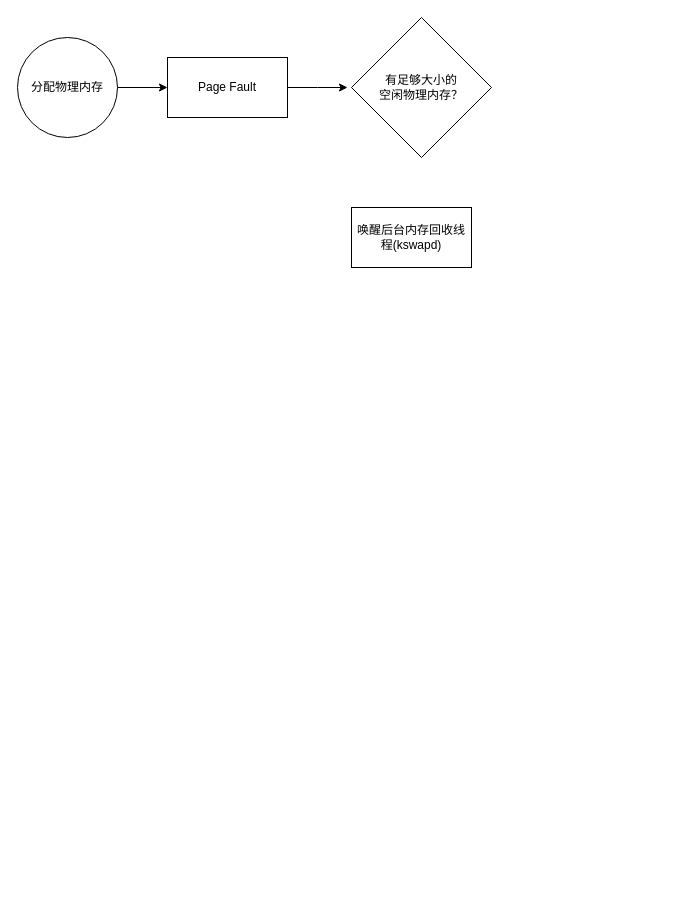
This is 操作系统/内存回收.drawio from xiaolincoder/ImageHost4, a draw.io file, before an edit. Source tidied: cells renumbered, new cells numbered last; positions are measured from the earlier drawing's top-left corner, leaving out a move shared by most shapes. Both pictures are drawn from the tidied source at 100%, with x=0, y=0 at pixel (17, 17).
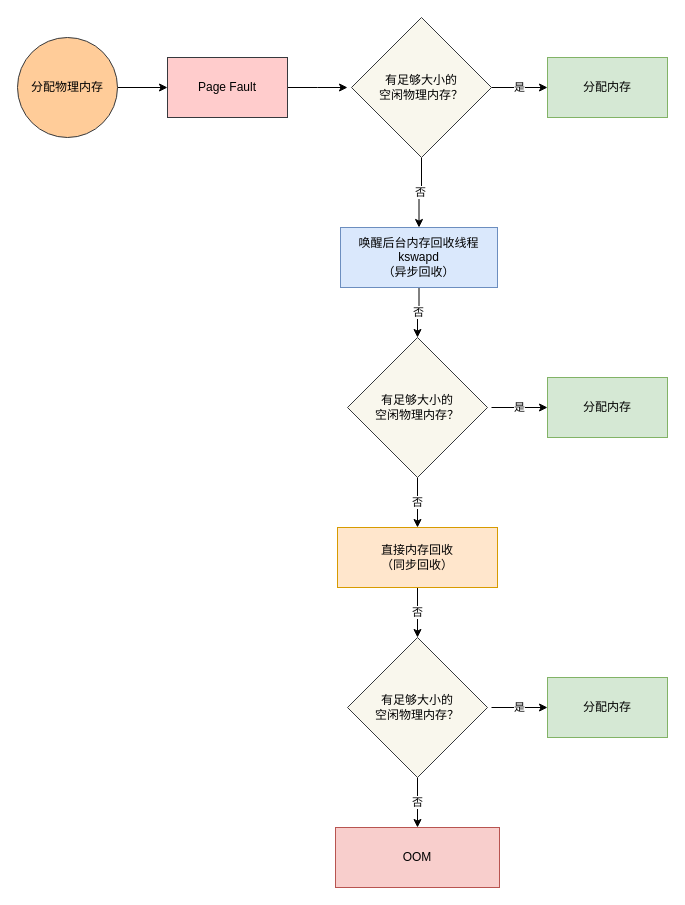
The same page after the edit.

Diff of the diagram source:
```diff
@@
-    <mxCell id="3" value="分配物理内存" style="ellipse;whiteSpace=wrap;html=1;" parent="1" vertex="1">
+    <mxCell id="3" value="分配物理内存" style="ellipse;whiteSpace=wrap;html=1;fillColor=#ffcc99;strokeColor=#36393d;" parent="1" vertex="1">
       <mxGeometry y="20" width="100" height="100" as="geometry" />
     </mxCell>
@@
-    <mxCell id="5" value="Page Fault" style="rounded=0;whiteSpace=wrap;html=1;" parent="1" vertex="1">
+    <mxCell id="5" value="Page Fault" style="rounded=0;whiteSpace=wrap;html=1;fillColor=#ffcccc;strokeColor=#36393d;" parent="1" vertex="1">
       <mxGeometry x="150" y="40" width="120" height="60" as="geometry" />
     </mxCell>
+    <mxCell id="8" value="否" style="edgeStyle=orthogonalEdgeStyle;rounded=0;jettySize=auto;html=1;" parent="1" edge="1" source="6" target="7">
+      <mxGeometry relative="1" as="geometry" />
+    </mxCell>
+    <mxCell id="9" value="是" style="edgeStyle=orthogonalEdgeStyle;rounded=0;jettySize=auto;html=1;" parent="1" edge="1" source="6">
+      <mxGeometry relative="1" as="geometry">
+        <mxPoint x="530" y="70" as="targetPoint" />
+      </mxGeometry>
+    </mxCell>
-    <mxCell id="6" value="有足够大小的&lt;br&gt;空闲物理内存？" style="rhombus;whiteSpace=wrap;html=1;" parent="1" vertex="1">
+    <mxCell id="6" value="有足够大小的&lt;br&gt;空闲物理内存？" style="rhombus;whiteSpace=wrap;html=1;fillColor=#f9f7ed;strokeColor=#36393d;" parent="1" vertex="1">
       <mxGeometry x="334" width="140" height="140" as="geometry" />
     </mxCell>
+    <mxCell id="10" value="否" style="edgeStyle=orthogonalEdgeStyle;rounded=0;jettySize=auto;html=1;" parent="1" edge="1" source="7" target="12">
+      <mxGeometry relative="1" as="geometry" />
+    </mxCell>
-    <mxCell id="7" value="唤醒后台内存回收线程(kswapd)" style="rounded=0;whiteSpace=wrap;html=1;" parent="1" vertex="1">
-      <mxGeometry x="334" y="190" width="120" height="60" as="geometry" />
+    <mxCell id="7" value="唤醒后台内存回收线程 kswapd&lt;br&gt;（异步回收）" style="rounded=0;whiteSpace=wrap;html=1;fillColor=#dae8fc;strokeColor=#6c8ebf;" parent="1" vertex="1">
+      <mxGeometry x="323" y="210" width="157" height="60" as="geometry" />
     </mxCell>
+    <mxCell id="11" value="否" style="edgeStyle=orthogonalEdgeStyle;rounded=0;jettySize=auto;html=1;entryX=0.5;entryY=0;entryDx=0;entryDy=0;" parent="1" edge="1" source="12" target="14">
+      <mxGeometry relative="1" as="geometry" />
+    </mxCell>
+    <mxCell id="12" value="有足够大小的&lt;br&gt;空闲物理内存？" style="rhombus;whiteSpace=wrap;html=1;fillColor=#f9f7ed;strokeColor=#36393d;" parent="1" vertex="1">
+      <mxGeometry x="330" y="320" width="140" height="140" as="geometry" />
+    </mxCell>
+    <mxCell id="13" value="否" style="edgeStyle=orthogonalEdgeStyle;rounded=0;jettySize=auto;html=1;entryX=0.5;entryY=0;entryDx=0;entryDy=0;" parent="1" edge="1" source="14" target="16">
+      <mxGeometry relative="1" as="geometry" />
+    </mxCell>
+    <mxCell id="14" value="直接内存回收&lt;br&gt;（同步回收）" style="rounded=0;whiteSpace=wrap;html=1;fillColor=#ffe6cc;strokeColor=#d79b00;" parent="1" vertex="1">
+      <mxGeometry x="320" y="510" width="160" height="60" as="geometry" />
+    </mxCell>
+    <mxCell id="15" value="否" style="edgeStyle=orthogonalEdgeStyle;rounded=0;jettySize=auto;html=1;entryX=0.5;entryY=0;entryDx=0;entryDy=0;" parent="1" edge="1" source="16" target="17">
+      <mxGeometry relative="1" as="geometry" />
+    </mxCell>
+    <mxCell id="16" value="有足够大小的&lt;br&gt;空闲物理内存？" style="rhombus;whiteSpace=wrap;html=1;fillColor=#f9f7ed;strokeColor=#36393d;" parent="1" vertex="1">
+      <mxGeometry x="330" y="620" width="140" height="140" as="geometry" />
+    </mxCell>
+    <mxCell id="17" value="OOM" style="rounded=0;whiteSpace=wrap;html=1;fillColor=#f8cecc;strokeColor=#b85450;" parent="1" vertex="1">
+      <mxGeometry x="318" y="810" width="164" height="60" as="geometry" />
+    </mxCell>
+    <mxCell id="18" value="分配内存" style="rounded=0;whiteSpace=wrap;html=1;fillColor=#d5e8d4;strokeColor=#82b366;" parent="1" vertex="1">
+      <mxGeometry x="530" y="40" width="120" height="60" as="geometry" />
+    </mxCell>
+    <mxCell id="19" value="是" style="edgeStyle=orthogonalEdgeStyle;rounded=0;orthogonalLoop=1;jettySize=auto;html=1;" parent="1" edge="1">
+      <mxGeometry relative="1" as="geometry">
+        <mxPoint x="474" y="390" as="sourcePoint" />
+        <mxPoint x="530" y="390" as="targetPoint" />
+      </mxGeometry>
+    </mxCell>
+    <mxCell id="20" value="分配内存" style="rounded=0;whiteSpace=wrap;html=1;fillColor=#d5e8d4;strokeColor=#82b366;" parent="1" vertex="1">
+      <mxGeometry x="530" y="360" width="120" height="60" as="geometry" />
+    </mxCell>
+    <mxCell id="21" value="是" style="edgeStyle=orthogonalEdgeStyle;rounded=0;orthogonalLoop=1;jettySize=auto;html=1;" parent="1" edge="1">
+      <mxGeometry relative="1" as="geometry">
+        <mxPoint x="474" y="690" as="sourcePoint" />
+        <mxPoint x="530" y="690" as="targetPoint" />
+      </mxGeometry>
+    </mxCell>
+    <mxCell id="22" value="分配内存" style="rounded=0;whiteSpace=wrap;html=1;fillColor=#d5e8d4;strokeColor=#82b366;" parent="1" vertex="1">
+      <mxGeometry x="530" y="660" width="120" height="60" as="geometry" />
+    </mxCell>
```
